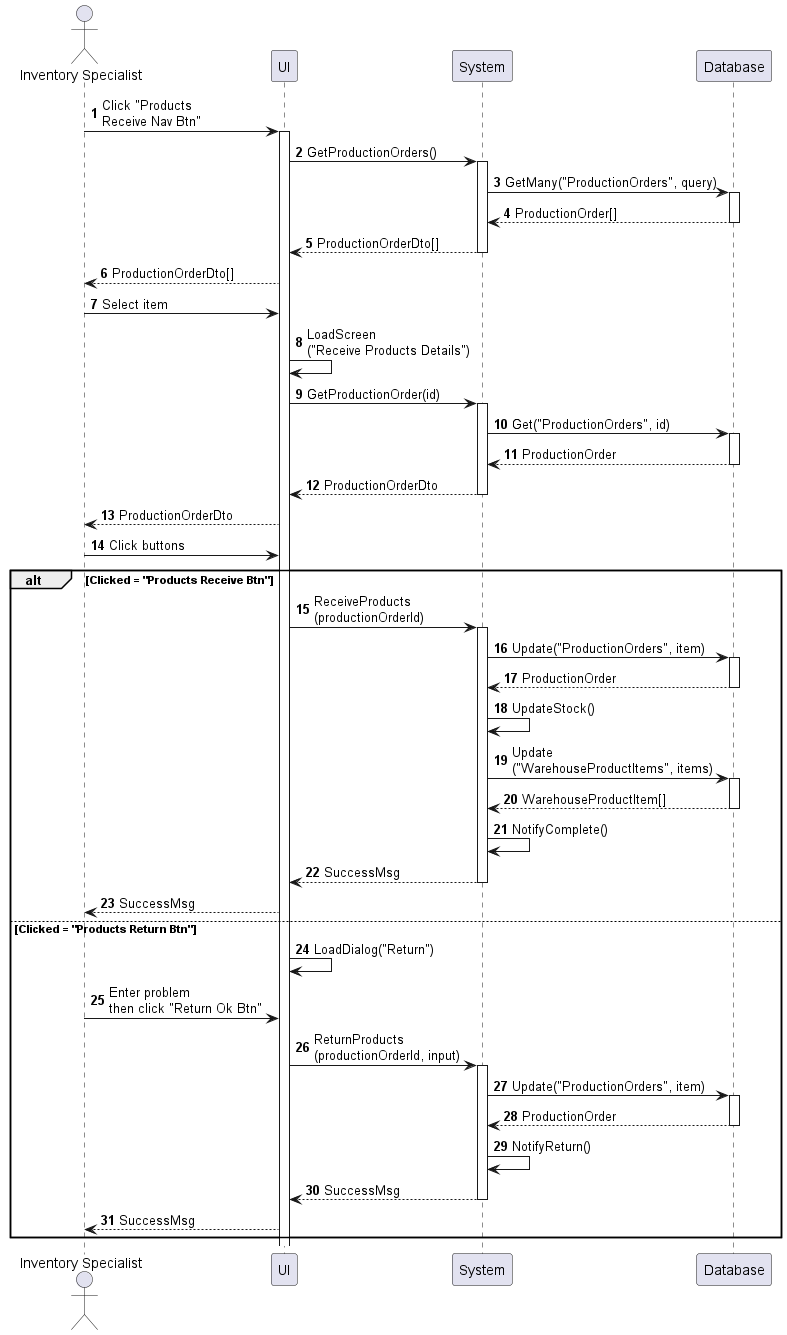
Before: sequences/inventory-product-receive.png, a diagram exported from PlantUML (phihungha/scmss-reqs).
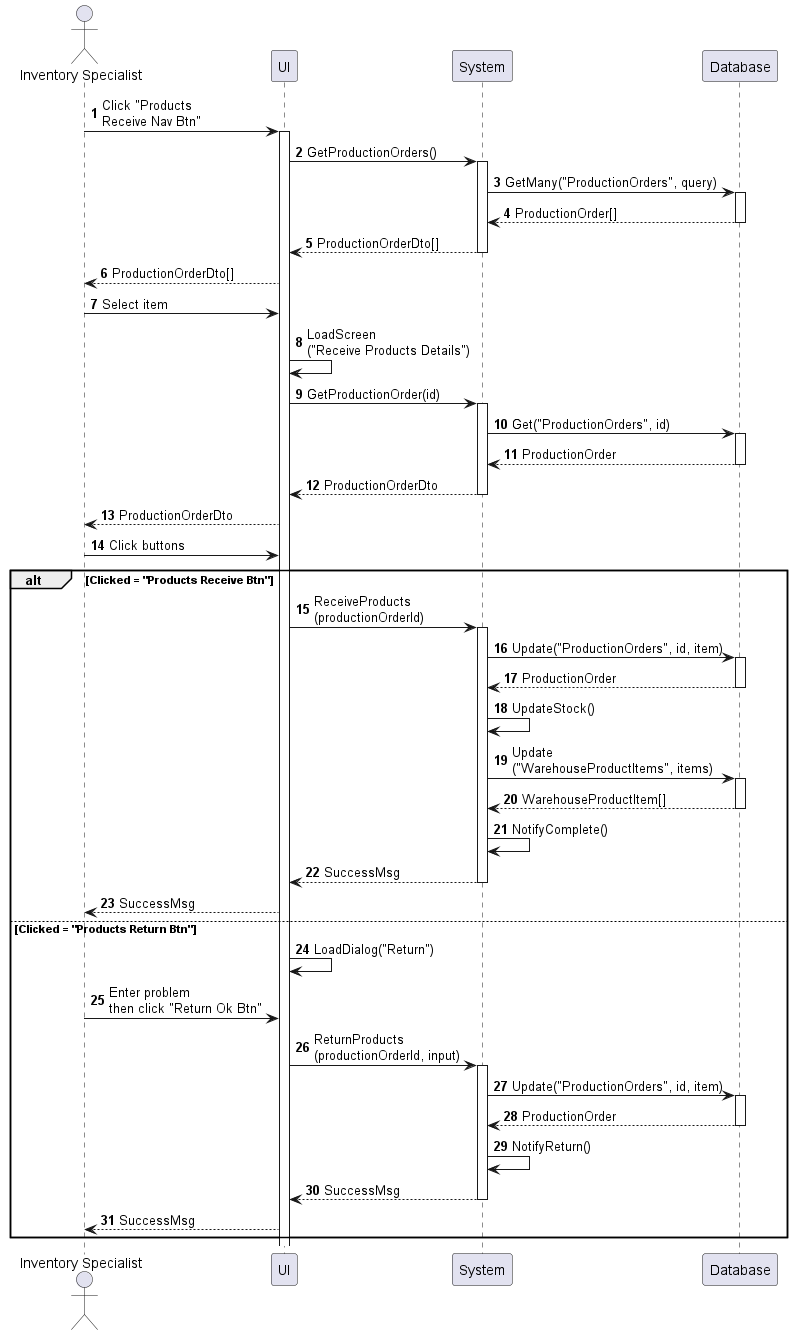
Later version of the same file.

Diff of the diagram source:
```diff
@@ -29,7 +29,7 @@
 alt Clicked = "Products Receive Btn"
     f -> b : ReceiveProducts\n(productionOrderId)
     activate b
-    b -> d : Update("ProductionOrders", item)
+    b -> d : Update("ProductionOrders", id, item)
     activate d
     return ProductionOrder
     b -> b : UpdateStock()
@@ -44,7 +44,7 @@
     a -> f : Enter problem\nthen click "Return Ok Btn"
     f -> b : ReturnProducts\n(productionOrderId, input)
     activate b
-    b -> d : Update("ProductionOrders", item)
+    b -> d : Update("ProductionOrders", id, item)
     activate d
     return ProductionOrder
     b -> b : NotifyReturn()
```
